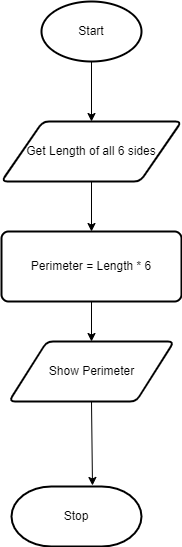
This is flowchart.png from Ethan-Prieur1/ICS3U-Assignment2, a draw.io export, as it was before one commit. Source tidied: cells renumbered, new cells last; positions are measured from the earlier drawing's top-left corner, leaving out a move shared by most shapes. Source of this version:
```xml
<mxGraphModel>
  <root>
    <mxCell id="0" />
    <mxCell id="1" parent="0" />
    <mxCell id="2" style="edgeStyle=none;html=1;exitX=0.5;exitY=1;exitDx=0;exitDy=0;exitPerimeter=0;entryX=0.5;entryY=0;entryDx=0;entryDy=0;" parent="1" edge="1" source="3" target="5">
      <mxGeometry relative="1" as="geometry" />
    </mxCell>
    <mxCell id="3" value="Start" style="strokeWidth=2;html=1;shape=mxgraph.flowchart.start_1;whiteSpace=wrap;" parent="1" vertex="1">
      <mxGeometry x="40" width="100" height="60" as="geometry" />
    </mxCell>
    <mxCell id="4" style="edgeStyle=none;html=1;exitX=0.5;exitY=1;exitDx=0;exitDy=0;entryX=0.5;entryY=0;entryDx=0;entryDy=0;" parent="1" edge="1" source="5" target="7">
      <mxGeometry relative="1" as="geometry" />
    </mxCell>
    <mxCell id="5" value="Get Length of all 6 sides" style="shape=parallelogram;html=1;strokeWidth=2;perimeter=parallelogramPerimeter;whiteSpace=wrap;rounded=1;arcSize=12;size=0.23;" parent="1" vertex="1">
      <mxGeometry y="120" width="180" height="60" as="geometry" />
    </mxCell>
    <mxCell id="6" style="edgeStyle=none;html=1;exitX=0.5;exitY=1;exitDx=0;exitDy=0;entryX=0.5;entryY=0;entryDx=0;entryDy=0;" parent="1" edge="1" source="7" target="9">
      <mxGeometry relative="1" as="geometry" />
    </mxCell>
    <mxCell id="7" value="Perimeter = Length * 6" style="rounded=1;whiteSpace=wrap;html=1;absoluteArcSize=1;arcSize=14;strokeWidth=2;" parent="1" vertex="1">
      <mxGeometry y="230" width="180" height="70" as="geometry" />
    </mxCell>
    <mxCell id="8" style="edgeStyle=none;html=1;exitX=0.5;exitY=1;exitDx=0;exitDy=0;entryX=0.623;entryY=-0.017;entryDx=0;entryDy=0;entryPerimeter=0;" parent="1" edge="1" source="9" target="10">
      <mxGeometry relative="1" as="geometry" />
    </mxCell>
    <mxCell id="9" value="Show Perimeter" style="shape=parallelogram;html=1;strokeWidth=2;perimeter=parallelogramPerimeter;whiteSpace=wrap;rounded=1;arcSize=12;size=0.23;" parent="1" vertex="1">
      <mxGeometry x="7.5" y="340" width="165" height="60" as="geometry" />
    </mxCell>
    <mxCell id="10" value="Stop" style="strokeWidth=2;html=1;shape=mxgraph.flowchart.terminator;whiteSpace=wrap;" parent="1" vertex="1">
      <mxGeometry x="10" y="485" width="130" height="60" as="geometry" />
    </mxCell>
  </root>
</mxGraphModel>
```
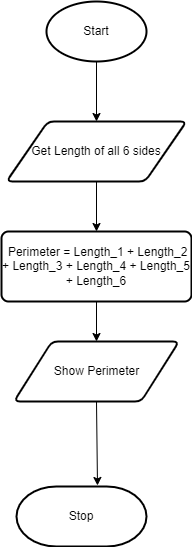
The same diagram one commit later.

Commit message:
fixed the other minor error

Change to the diagram source:
```diff
@@ -17,8 +17,8 @@
     <mxCell id="6" style="edgeStyle=none;html=1;exitX=0.5;exitY=1;exitDx=0;exitDy=0;entryX=0.5;entryY=0;entryDx=0;entryDy=0;" parent="1" edge="1" source="7" target="9">
       <mxGeometry relative="1" as="geometry" />
     </mxCell>
-    <mxCell id="7" value="Perimeter = Length * 6" style="rounded=1;whiteSpace=wrap;html=1;absoluteArcSize=1;arcSize=14;strokeWidth=2;" parent="1" vertex="1">
-      <mxGeometry y="230" width="180" height="70" as="geometry" />
+    <mxCell id="7" value="&lt;span&gt;&amp;nbsp;Perimeter = Length_1 + Length_2 + Length_3 + Length_4 + Length_5 + Length_6&lt;/span&gt;" style="rounded=1;whiteSpace=wrap;html=1;absoluteArcSize=1;arcSize=14;strokeWidth=2;" parent="1" vertex="1">
+      <mxGeometry x="-5" y="230" width="190" height="70" as="geometry" />
     </mxCell>
     <mxCell id="8" style="edgeStyle=none;html=1;exitX=0.5;exitY=1;exitDx=0;exitDy=0;entryX=0.623;entryY=-0.017;entryDx=0;entryDy=0;entryPerimeter=0;" parent="1" edge="1" source="9" target="10">
       <mxGeometry relative="1" as="geometry" />
```
